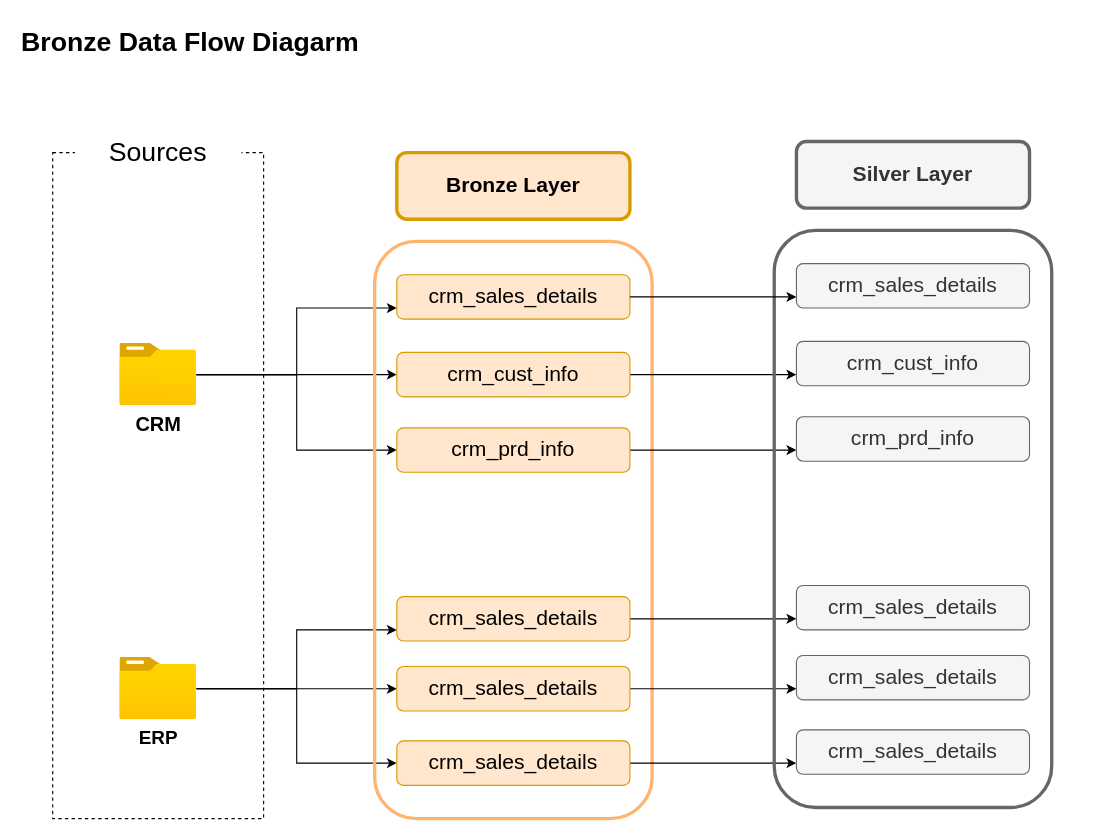
This is docs/silver_layer/Silver Data Flow Diagram.drawio from DanielPilipenko/sql-data-warehouse-project, a draw.io file, before an edit. Source tidied: cells renumbered, new cells numbered last; positions are measured from the earlier drawing's top-left corner, leaving out a move shared by most shapes. Both pictures are drawn from the tidied source at 111%, with x=0, y=0 at pixel (19, 19).
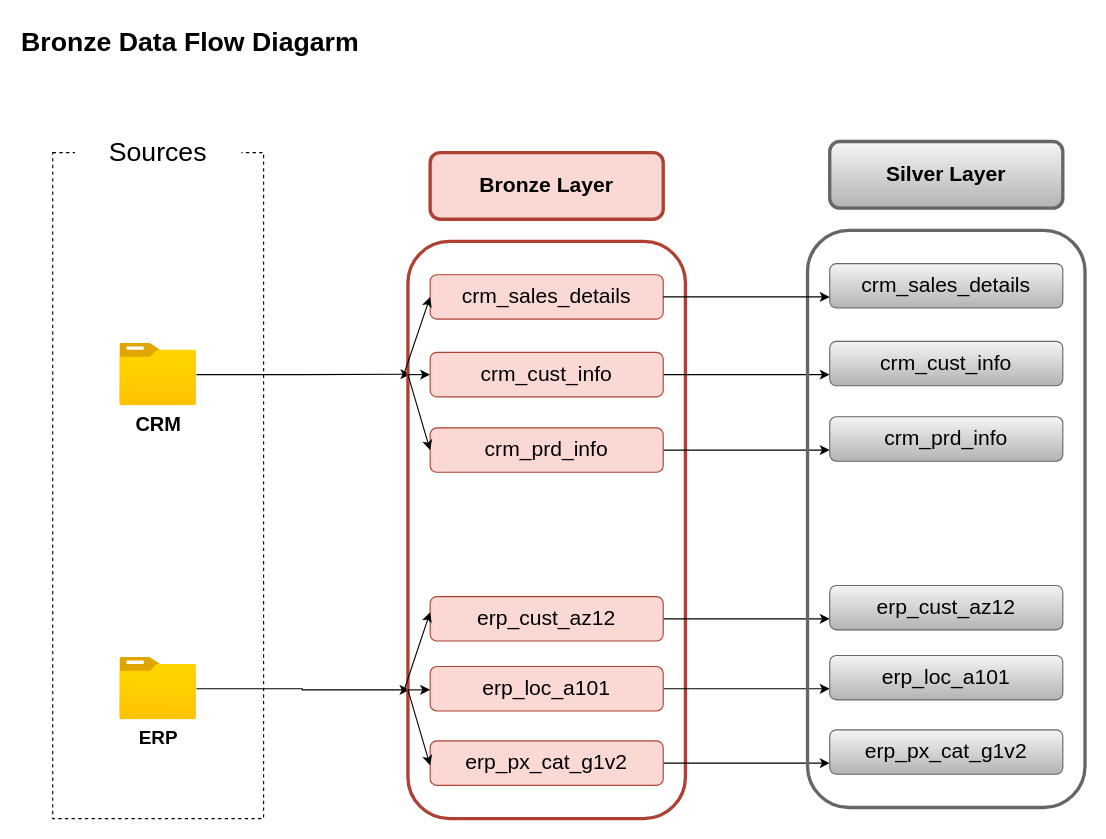
The same diagram, later.

Commit message (it also covers changes not shown here):
feat: add gold layer, data catalog and update silver load logic

The change refers to these unchanged cells:
```xml
<mxCell id="8" value="&lt;b&gt;&lt;font style=&quot;font-size: 18px;&quot;&gt;CRM&lt;/font&gt;&lt;/b&gt;" style="image;html=1;points=[];align=center;fontSize=12;image=img/lib/azure2/general/Folder_Blank.svg;" parent="1" vertex="1">
  <mxGeometry x="90.5" y="292" width="69" height="56" as="geometry" />
</mxCell>
<mxCell id="12" value="&lt;b&gt;&lt;font style=&quot;font-size: 17px;&quot;&gt;ERP&lt;/font&gt;&lt;/b&gt;" style="image;html=1;points=[];align=center;fontSize=12;image=img/lib/azure2/general/Folder_Blank.svg;" parent="1" vertex="1">
  <mxGeometry x="90.5" y="575" width="69" height="56" as="geometry" />
</mxCell>
```

Change to the diagram source:
```diff
@@
-    <mxCell id="5" style="edgeStyle=orthogonalEdgeStyle;rounded=0;jettySize=auto;html=1;entryX=0;entryY=0.75;entryDx=0;entryDy=0;" parent="1" edge="1" source="8" target="15">
-      <mxGeometry relative="1" as="geometry" />
-    </mxCell>
-    <mxCell id="6" style="edgeStyle=orthogonalEdgeStyle;rounded=0;jettySize=auto;html=1;" parent="1" edge="1" source="8" target="17">
+    <mxCell id="6" style="edgeStyle=orthogonalEdgeStyle;rounded=0;jettySize=auto;html=1;entryX=0.009;entryY=0.23;entryDx=0;entryDy=0;entryPerimeter=0;" parent="1" edge="1" source="8" target="35">
       <mxGeometry relative="1" as="geometry" />
     </mxCell>
-    <mxCell id="7" style="edgeStyle=orthogonalEdgeStyle;rounded=0;jettySize=auto;html=1;entryX=0;entryY=0.5;entryDx=0;entryDy=0;" parent="1" edge="1" source="8" target="19">
-      <mxGeometry relative="1" as="geometry" />
-    </mxCell>
@@
-    <mxCell id="9" style="edgeStyle=orthogonalEdgeStyle;rounded=0;jettySize=auto;html=1;entryX=0;entryY=0.75;entryDx=0;entryDy=0;" parent="1" edge="1" source="12" target="21">
-      <mxGeometry relative="1" as="geometry" />
-    </mxCell>
-    <mxCell id="10" style="edgeStyle=orthogonalEdgeStyle;rounded=0;jettySize=auto;html=1;" parent="1" edge="1" source="12" target="23">
+    <mxCell id="10" style="edgeStyle=orthogonalEdgeStyle;rounded=0;jettySize=auto;html=1;entryX=0.006;entryY=0.777;entryDx=0;entryDy=0;entryPerimeter=0;" parent="1" edge="1" source="12" target="35">
       <mxGeometry relative="1" as="geometry" />
     </mxCell>
-    <mxCell id="11" style="edgeStyle=orthogonalEdgeStyle;rounded=0;jettySize=auto;html=1;entryX=0;entryY=0.5;entryDx=0;entryDy=0;" parent="1" edge="1" source="12" target="25">
-      <mxGeometry relative="1" as="geometry" />
-    </mxCell>
@@
-    <mxCell id="13" style="rounded=1;whiteSpace=wrap;html=1;fillColor=none;strokeColor=#FFB570;strokeWidth=3;" parent="1" vertex="1">
-      <mxGeometry x="320" y="200" width="250" height="520" as="geometry" />
-    </mxCell>
+    <mxCell id="35" style="rounded=1;whiteSpace=wrap;html=1;strokeWidth=3;fillStyle=auto;fillColor=none;strokeColor=#ae4132;" parent="1" vertex="1">
+      <mxGeometry x="350" y="200" width="250" height="520" as="geometry" />
+    </mxCell>
-    <mxCell id="14" value="&lt;b&gt;&lt;font style=&quot;font-size: 19px;&quot;&gt;Bronze Layer&lt;/font&gt;&lt;/b&gt;" style="rounded=1;whiteSpace=wrap;html=1;fillColor=#ffe6cc;strokeColor=#d79b00;strokeWidth=3;" parent="1" vertex="1">
-      <mxGeometry x="340" y="120" width="210" height="60" as="geometry" />
+    <mxCell id="14" value="&lt;b&gt;&lt;font style=&quot;font-size: 19px;&quot;&gt;Bronze Layer&lt;/font&gt;&lt;/b&gt;" style="rounded=1;whiteSpace=wrap;html=1;strokeWidth=3;fillStyle=auto;fillColor=#fad9d5;strokeColor=#ae4132;" parent="1" vertex="1">
+      <mxGeometry x="370" y="120" width="210" height="60" as="geometry" />
     </mxCell>
-    <mxCell id="15" value="&lt;font style=&quot;font-size: 19px;&quot;&gt;crm_sales_details&lt;/font&gt;" style="rounded=1;whiteSpace=wrap;html=1;fillColor=#ffe6cc;strokeColor=#d79b00;strokeWidth=1;" parent="1" vertex="1">
-      <mxGeometry x="340" y="230" width="210" height="40" as="geometry" />
-    </mxCell>
-    <mxCell id="16" style="edgeStyle=orthogonalEdgeStyle;rounded=0;jettySize=auto;html=1;entryX=0;entryY=0.75;entryDx=0;entryDy=0;" parent="1" edge="1" source="17" target="29">
-      <mxGeometry relative="1" as="geometry" />
-    </mxCell>
-    <mxCell id="17" value="&lt;font style=&quot;font-size: 19px;&quot;&gt;crm_cust_info&lt;/font&gt;" style="rounded=1;whiteSpace=wrap;html=1;fillColor=#ffe6cc;strokeColor=#d79b00;strokeWidth=1;" parent="1" vertex="1">
-      <mxGeometry x="340" y="300" width="210" height="40" as="geometry" />
-    </mxCell>
-    <mxCell id="18" style="edgeStyle=orthogonalEdgeStyle;rounded=0;jettySize=auto;html=1;entryX=0;entryY=0.75;entryDx=0;entryDy=0;" parent="1" edge="1" source="19" target="30">
-      <mxGeometry relative="1" as="geometry" />
-    </mxCell>
-    <mxCell id="19" value="&lt;font style=&quot;font-size: 19px;&quot;&gt;crm_prd_info&lt;/font&gt;" style="rounded=1;whiteSpace=wrap;html=1;fillColor=#ffe6cc;strokeColor=#d79b00;strokeWidth=1;" parent="1" vertex="1">
-      <mxGeometry x="340" y="368" width="210" height="40" as="geometry" />
-    </mxCell>
-    <mxCell id="20" style="edgeStyle=orthogonalEdgeStyle;rounded=0;jettySize=auto;html=1;entryX=0;entryY=0.75;entryDx=0;entryDy=0;" parent="1" edge="1" source="21" target="31">
-      <mxGeometry relative="1" as="geometry" />
-    </mxCell>
-    <mxCell id="21" value="&lt;font style=&quot;font-size: 19px;&quot;&gt;crm_sales_details&lt;/font&gt;" style="rounded=1;whiteSpace=wrap;html=1;fillColor=#ffe6cc;strokeColor=#d79b00;strokeWidth=1;" parent="1" vertex="1">
-      <mxGeometry x="340" y="520" width="210" height="40" as="geometry" />
-    </mxCell>
-    <mxCell id="22" style="edgeStyle=orthogonalEdgeStyle;rounded=0;jettySize=auto;html=1;entryX=0;entryY=0.75;entryDx=0;entryDy=0;" parent="1" edge="1" source="23" target="32">
-      <mxGeometry relative="1" as="geometry" />
-    </mxCell>
-    <mxCell id="23" value="&lt;font style=&quot;font-size: 19px;&quot;&gt;crm_sales_details&lt;/font&gt;" style="rounded=1;whiteSpace=wrap;html=1;fillColor=#ffe6cc;strokeColor=#d79b00;strokeWidth=1;" parent="1" vertex="1">
-      <mxGeometry x="340" y="583" width="210" height="40" as="geometry" />
-    </mxCell>
-    <mxCell id="24" style="edgeStyle=orthogonalEdgeStyle;rounded=0;jettySize=auto;html=1;entryX=0;entryY=0.75;entryDx=0;entryDy=0;" parent="1" edge="1" source="25" target="33">
-      <mxGeometry relative="1" as="geometry" />
-    </mxCell>
-    <mxCell id="25" value="&lt;font style=&quot;font-size: 19px;&quot;&gt;crm_sales_details&lt;/font&gt;" style="rounded=1;whiteSpace=wrap;html=1;fillColor=#ffe6cc;strokeColor=#d79b00;strokeWidth=1;" parent="1" vertex="1">
-      <mxGeometry x="340" y="650" width="210" height="40" as="geometry" />
-    </mxCell>
-    <mxCell id="26" style="rounded=1;whiteSpace=wrap;html=1;fillColor=none;strokeColor=#666666;strokeWidth=3;fontColor=#333333;" parent="1" vertex="1">
-      <mxGeometry x="680" y="190" width="250" height="520" as="geometry" />
-    </mxCell>
+    <mxCell id="36" value="&lt;font style=&quot;font-size: 19px;&quot;&gt;crm_sales_details&lt;/font&gt;" style="rounded=1;whiteSpace=wrap;html=1;strokeWidth=1;fillStyle=auto;fillColor=#fad9d5;strokeColor=#ae4132;" parent="1" vertex="1">
+      <mxGeometry x="370" y="230" width="210" height="40" as="geometry" />
+    </mxCell>
+    <mxCell id="37" style="edgeStyle=orthogonalEdgeStyle;rounded=0;jettySize=auto;html=1;entryX=0;entryY=0.75;entryDx=0;entryDy=0;" parent="1" edge="1" source="38" target="49">
+      <mxGeometry relative="1" as="geometry" />
+    </mxCell>
+    <mxCell id="38" value="&lt;font style=&quot;font-size: 19px;&quot;&gt;crm_cust_info&lt;/font&gt;" style="rounded=1;whiteSpace=wrap;html=1;strokeWidth=1;fillStyle=auto;fillColor=#fad9d5;strokeColor=#ae4132;" parent="1" vertex="1">
+      <mxGeometry x="370" y="300" width="210" height="40" as="geometry" />
+    </mxCell>
+    <mxCell id="39" style="edgeStyle=orthogonalEdgeStyle;rounded=0;jettySize=auto;html=1;entryX=0;entryY=0.75;entryDx=0;entryDy=0;" parent="1" edge="1" source="40" target="50">
+      <mxGeometry relative="1" as="geometry" />
+    </mxCell>
+    <mxCell id="40" value="&lt;font style=&quot;font-size: 19px;&quot;&gt;crm_prd_info&lt;/font&gt;" style="rounded=1;whiteSpace=wrap;html=1;strokeWidth=1;fillStyle=auto;fillColor=#fad9d5;strokeColor=#ae4132;" parent="1" vertex="1">
+      <mxGeometry x="370" y="368" width="210" height="40" as="geometry" />
+    </mxCell>
+    <mxCell id="41" style="edgeStyle=orthogonalEdgeStyle;rounded=0;jettySize=auto;html=1;entryX=0;entryY=0.75;entryDx=0;entryDy=0;" parent="1" edge="1" source="42" target="51">
+      <mxGeometry relative="1" as="geometry" />
+    </mxCell>
+    <mxCell id="42" value="&lt;span style=&quot;font-size: 19px;&quot;&gt;erp_cust_az12&lt;/span&gt;" style="rounded=1;whiteSpace=wrap;html=1;strokeWidth=1;fillStyle=auto;fillColor=#fad9d5;strokeColor=#ae4132;" parent="1" vertex="1">
+      <mxGeometry x="370" y="520" width="210" height="40" as="geometry" />
+    </mxCell>
+    <mxCell id="43" style="edgeStyle=orthogonalEdgeStyle;rounded=0;jettySize=auto;html=1;entryX=0;entryY=0.75;entryDx=0;entryDy=0;" parent="1" edge="1" source="44" target="52">
+      <mxGeometry relative="1" as="geometry" />
+    </mxCell>
+    <mxCell id="44" value="&lt;span style=&quot;font-size: 19px;&quot;&gt;erp_loc_a101&lt;/span&gt;" style="rounded=1;whiteSpace=wrap;html=1;strokeWidth=1;fillStyle=auto;fillColor=#fad9d5;strokeColor=#ae4132;" parent="1" vertex="1">
+      <mxGeometry x="370" y="583" width="210" height="40" as="geometry" />
+    </mxCell>
+    <mxCell id="45" style="edgeStyle=orthogonalEdgeStyle;rounded=0;jettySize=auto;html=1;entryX=0;entryY=0.75;entryDx=0;entryDy=0;" parent="1" edge="1" source="46" target="53">
+      <mxGeometry relative="1" as="geometry" />
+    </mxCell>
+    <mxCell id="46" value="&lt;span style=&quot;font-size: 19px;&quot;&gt;erp_px_cat_g1v2&lt;/span&gt;" style="rounded=1;whiteSpace=wrap;html=1;strokeWidth=1;fillStyle=auto;fillColor=#fad9d5;strokeColor=#ae4132;" parent="1" vertex="1">
+      <mxGeometry x="370" y="650" width="210" height="40" as="geometry" />
+    </mxCell>
+    <mxCell id="47" style="rounded=1;whiteSpace=wrap;html=1;fillColor=none;strokeColor=#666666;strokeWidth=3;fontColor=#333333;" parent="1" vertex="1">
+      <mxGeometry x="710" y="190" width="250" height="520" as="geometry" />
+    </mxCell>
-    <mxCell id="27" value="&lt;b&gt;&lt;font style=&quot;font-size: 19px;&quot;&gt;Silver Layer&lt;/font&gt;&lt;/b&gt;" style="rounded=1;whiteSpace=wrap;html=1;fillColor=#f5f5f5;strokeColor=#666666;strokeWidth=3;fontColor=#333333;" parent="1" vertex="1">
-      <mxGeometry x="700" y="110" width="210" height="60" as="geometry" />
+    <mxCell id="27" value="&lt;b&gt;&lt;font style=&quot;font-size: 19px;&quot;&gt;Silver Layer&lt;/font&gt;&lt;/b&gt;" style="rounded=1;whiteSpace=wrap;html=1;fillColor=#f5f5f5;strokeColor=#666666;strokeWidth=3;gradientColor=#b3b3b3;" parent="1" vertex="1">
+      <mxGeometry x="730" y="110" width="210" height="60" as="geometry" />
     </mxCell>
-    <mxCell id="28" value="&lt;font style=&quot;font-size: 19px;&quot;&gt;crm_sales_details&lt;/font&gt;" style="rounded=1;whiteSpace=wrap;html=1;fillColor=#f5f5f5;strokeColor=#666666;strokeWidth=1;fontColor=#333333;" parent="1" vertex="1">
-      <mxGeometry x="700" y="220" width="210" height="40" as="geometry" />
-    </mxCell>
-    <mxCell id="29" value="&lt;font style=&quot;font-size: 19px;&quot;&gt;crm_cust_info&lt;/font&gt;" style="rounded=1;whiteSpace=wrap;html=1;fillColor=#f5f5f5;strokeColor=#666666;strokeWidth=1;fontColor=#333333;" parent="1" vertex="1">
-      <mxGeometry x="700" y="290" width="210" height="40" as="geometry" />
-    </mxCell>
-    <mxCell id="30" value="&lt;font style=&quot;font-size: 19px;&quot;&gt;crm_prd_info&lt;/font&gt;" style="rounded=1;whiteSpace=wrap;html=1;fillColor=#f5f5f5;strokeColor=#666666;strokeWidth=1;fontColor=#333333;" parent="1" vertex="1">
-      <mxGeometry x="700" y="358" width="210" height="40" as="geometry" />
-    </mxCell>
-    <mxCell id="31" value="&lt;font style=&quot;font-size: 19px;&quot;&gt;crm_sales_details&lt;/font&gt;" style="rounded=1;whiteSpace=wrap;html=1;fillColor=#f5f5f5;strokeColor=#666666;strokeWidth=1;fontColor=#333333;" parent="1" vertex="1">
-      <mxGeometry x="700" y="510" width="210" height="40" as="geometry" />
-    </mxCell>
-    <mxCell id="32" value="&lt;font style=&quot;font-size: 19px;&quot;&gt;crm_sales_details&lt;/font&gt;" style="rounded=1;whiteSpace=wrap;html=1;fillColor=#f5f5f5;strokeColor=#666666;strokeWidth=1;fontColor=#333333;" parent="1" vertex="1">
-      <mxGeometry x="700" y="573" width="210" height="40" as="geometry" />
-    </mxCell>
-    <mxCell id="33" value="&lt;font style=&quot;font-size: 19px;&quot;&gt;crm_sales_details&lt;/font&gt;" style="rounded=1;whiteSpace=wrap;html=1;fillColor=#f5f5f5;strokeColor=#666666;strokeWidth=1;fontColor=#333333;" parent="1" vertex="1">
-      <mxGeometry x="700" y="640" width="210" height="40" as="geometry" />
-    </mxCell>
-    <mxCell id="34" style="endArrow=classic;html=1;rounded=0;entryX=0;entryY=0.75;entryDx=0;entryDy=0;" parent="1" edge="1" target="28">
-      <mxGeometry relative="1" as="geometry">
-        <mxPoint x="550" y="250" as="sourcePoint" />
-      </mxGeometry>
-    </mxCell>
+    <mxCell id="48" value="&lt;font style=&quot;font-size: 19px;&quot;&gt;crm_sales_details&lt;/font&gt;" style="rounded=1;whiteSpace=wrap;html=1;fillColor=#f5f5f5;strokeColor=#666666;strokeWidth=1;gradientColor=#b3b3b3;" parent="1" vertex="1">
+      <mxGeometry x="730" y="220" width="210" height="40" as="geometry" />
+    </mxCell>
+    <mxCell id="49" value="&lt;font style=&quot;font-size: 19px;&quot;&gt;crm_cust_info&lt;/font&gt;" style="rounded=1;whiteSpace=wrap;html=1;fillColor=#f5f5f5;strokeColor=#666666;strokeWidth=1;gradientColor=#b3b3b3;" parent="1" vertex="1">
+      <mxGeometry x="730" y="290" width="210" height="40" as="geometry" />
+    </mxCell>
+    <mxCell id="50" value="&lt;font style=&quot;font-size: 19px;&quot;&gt;crm_prd_info&lt;/font&gt;" style="rounded=1;whiteSpace=wrap;html=1;fillColor=#f5f5f5;strokeColor=#666666;strokeWidth=1;gradientColor=#b3b3b3;" parent="1" vertex="1">
+      <mxGeometry x="730" y="358" width="210" height="40" as="geometry" />
+    </mxCell>
+    <mxCell id="51" value="&lt;font style=&quot;font-size: 19px;&quot;&gt;erp_cust_az12&lt;/font&gt;" style="rounded=1;whiteSpace=wrap;html=1;fillColor=#f5f5f5;strokeColor=#666666;strokeWidth=1;gradientColor=#b3b3b3;" parent="1" vertex="1">
+      <mxGeometry x="730" y="510" width="210" height="40" as="geometry" />
+    </mxCell>
+    <mxCell id="52" value="&lt;font style=&quot;font-size: 19px;&quot;&gt;erp_loc_a101&lt;/font&gt;" style="rounded=1;whiteSpace=wrap;html=1;fillColor=#f5f5f5;strokeColor=#666666;strokeWidth=1;gradientColor=#b3b3b3;" parent="1" vertex="1">
+      <mxGeometry x="730" y="573" width="210" height="40" as="geometry" />
+    </mxCell>
+    <mxCell id="53" value="&lt;font style=&quot;font-size: 19px;&quot;&gt;erp_px_cat_g1v2&lt;/font&gt;" style="rounded=1;whiteSpace=wrap;html=1;fillColor=#f5f5f5;strokeColor=#666666;strokeWidth=1;gradientColor=#b3b3b3;" parent="1" vertex="1">
+      <mxGeometry x="730" y="640" width="210" height="40" as="geometry" />
+    </mxCell>
+    <mxCell id="54" style="endArrow=classic;html=1;rounded=0;entryX=0;entryY=0.75;entryDx=0;entryDy=0;" parent="1" edge="1" target="48">
+      <mxGeometry relative="1" as="geometry">
+        <mxPoint x="580" y="250" as="sourcePoint" />
+      </mxGeometry>
+    </mxCell>
+    <mxCell id="55" style="endArrow=classic;html=1;rounded=0;entryX=0;entryY=0.5;entryDx=0;entryDy=0;exitX=-0.013;exitY=0.228;exitDx=0;exitDy=0;exitPerimeter=0;" parent="1" edge="1" source="35" target="36">
+      <mxGeometry relative="1" as="geometry" />
+    </mxCell>
+    <mxCell id="56" style="endArrow=classic;html=1;rounded=0;entryX=0;entryY=0.5;entryDx=0;entryDy=0;" parent="1" edge="1" target="38">
+      <mxGeometry relative="1" as="geometry">
+        <mxPoint x="350" y="320" as="sourcePoint" />
+      </mxGeometry>
+    </mxCell>
+    <mxCell id="57" style="endArrow=classic;html=1;rounded=0;entryX=0;entryY=0.5;entryDx=0;entryDy=0;" parent="1" edge="1" target="40">
+      <mxGeometry relative="1" as="geometry">
+        <mxPoint x="350" y="320" as="sourcePoint" />
+      </mxGeometry>
+    </mxCell>
+    <mxCell id="58" style="endArrow=classic;html=1;rounded=0;entryX=0;entryY=0.5;entryDx=0;entryDy=0;exitX=-0.013;exitY=0.228;exitDx=0;exitDy=0;exitPerimeter=0;" parent="1" edge="1">
+      <mxGeometry relative="1" as="geometry">
+        <mxPoint x="347" y="603" as="sourcePoint" />
+        <mxPoint x="370" y="534" as="targetPoint" />
+      </mxGeometry>
+    </mxCell>
+    <mxCell id="59" style="endArrow=classic;html=1;rounded=0;entryX=0;entryY=0.5;entryDx=0;entryDy=0;" parent="1" edge="1">
+      <mxGeometry relative="1" as="geometry">
+        <mxPoint x="350" y="604" as="sourcePoint" />
+        <mxPoint x="370" y="604" as="targetPoint" />
+      </mxGeometry>
+    </mxCell>
+    <mxCell id="60" style="endArrow=classic;html=1;rounded=0;entryX=0;entryY=0.5;entryDx=0;entryDy=0;" parent="1" edge="1">
+      <mxGeometry relative="1" as="geometry">
+        <mxPoint x="350" y="604" as="sourcePoint" />
+        <mxPoint x="370" y="672" as="targetPoint" />
+      </mxGeometry>
+    </mxCell>
```
